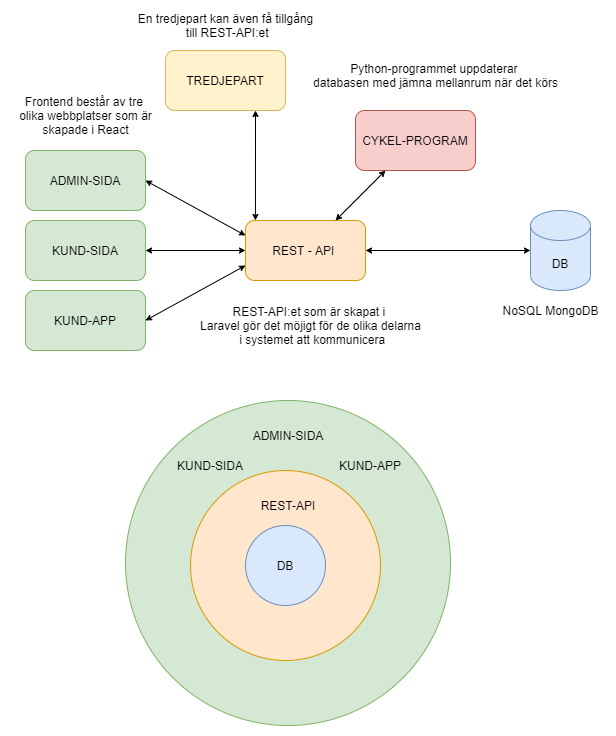
Above: images/översikt.png in Den-geografiska-oredan/eBike-system (draw.io), before the change. Source tidied: cells renumbered, new cells last; positions are measured from the earlier drawing's top-left corner, leaving out a move shared by most shapes.
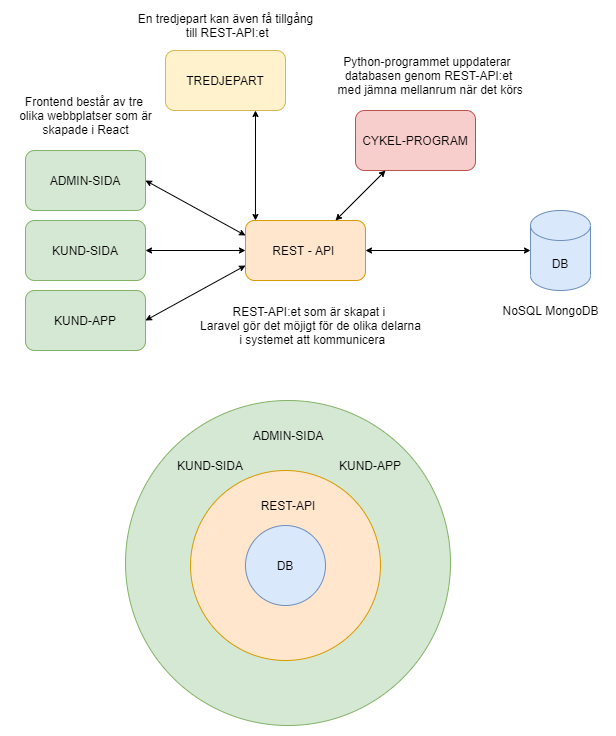
Above is the later version.

Diff of the diagram source:
```diff
@@ -44,8 +44,8 @@
     <mxCell id="15" value="NoSQL MongoDB" style="text;html=1;align=center;verticalAlign=middle;strokeColor=none;fillColor=none;" parent="1" vertex="1">
       <mxGeometry x="485" y="290" width="110" height="20" as="geometry" />
     </mxCell>
-    <mxCell id="16" value="Python-programmet uppdaterar &lt;br&gt;databasen med jämna mellanrum när det körs" style="text;html=1;align=center;verticalAlign=middle;strokeColor=none;fillColor=none;" parent="1" vertex="1">
-      <mxGeometry x="295" y="50" width="260" height="30" as="geometry" />
+    <mxCell id="16" value="Python-programmet uppdaterar &lt;br&gt;databasen genom REST-API:et&lt;br&gt;&amp;nbsp;med jämna mellanrum när det körs" style="text;html=1;align=center;verticalAlign=middle;strokeColor=none;fillColor=none;" parent="1" vertex="1">
+      <mxGeometry x="317.5" y="40" width="200" height="50" as="geometry" />
     </mxCell>
     <mxCell id="17" value="REST-API:et som är skapat i &lt;br&gt;Laravel&amp;nbsp;gör det möjigt för de&amp;nbsp;olika delarna&lt;br&gt;&amp;nbsp;i systemet att kommunicera" style="text;html=1;align=center;verticalAlign=middle;strokeColor=none;fillColor=none;" parent="1" vertex="1">
       <mxGeometry x="180" y="290" width="240" height="50" as="geometry" />
```
